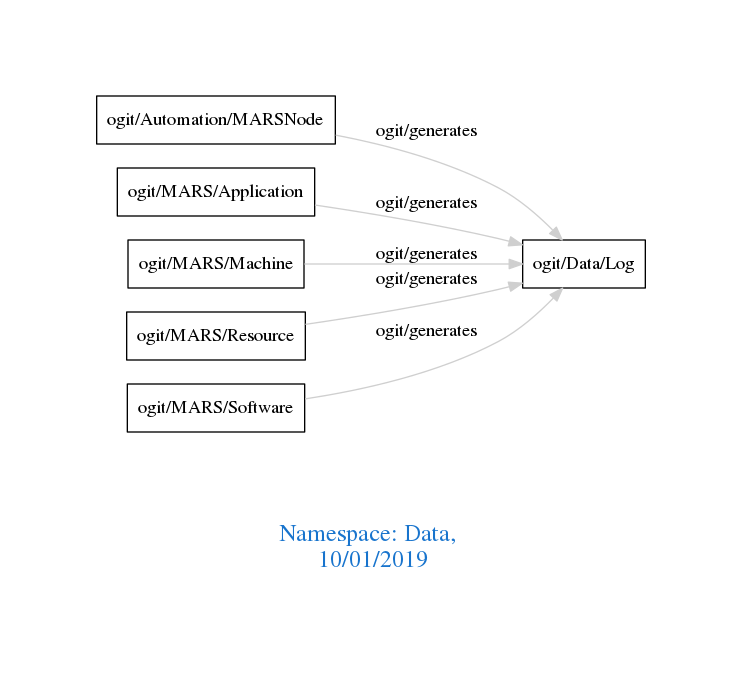
Before: downloads/Data.png, a diagram exported from Graphviz (arago/OGIT). Its source is kept beside it as downloads/Data.dot. Its diagram source:
```dot
digraph OGIT_ontology {
 graph [ rankdir= LR,pad=1
fontsize = 18,
fontcolor= dodgerblue3,label = "\n\n\nNamespace: Data, \n 10/01/2019"];
node[shape=polygon];
edge [  color="gray81"];

   "ogit/Automation/MARSNode" -> "ogit/Data/Log" [label="   ogit/generates    "];
   "ogit/MARS/Application" -> "ogit/Data/Log" [label="   ogit/generates    "];
   "ogit/MARS/Machine" -> "ogit/Data/Log" [label="   ogit/generates    "];
   "ogit/MARS/Resource" -> "ogit/Data/Log" [label="   ogit/generates    "];
   "ogit/MARS/Software" -> "ogit/Data/Log" [label="   ogit/generates    "];
}
```
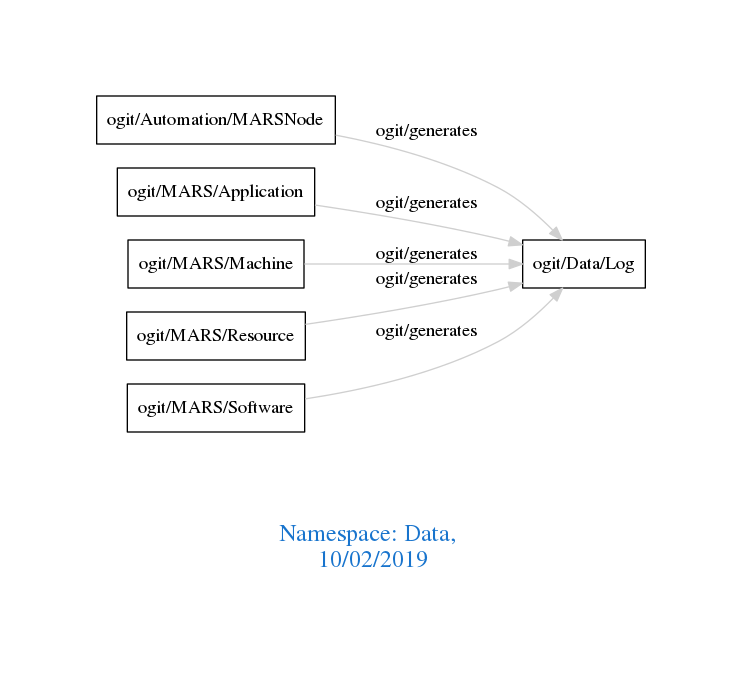
Above is the later version.

What changed in the source:
```diff
@@ -1,7 +1,7 @@
 digraph OGIT_ontology {
  graph [ rankdir= LR,pad=1
 fontsize = 18,
-fontcolor= dodgerblue3,label = "\n\n\nNamespace: Data, \n 10/01/2019"];
+fontcolor= dodgerblue3,label = "\n\n\nNamespace: Data, \n 10/02/2019"];
 node[shape=polygon];
 edge [  color="gray81"];
 
```
